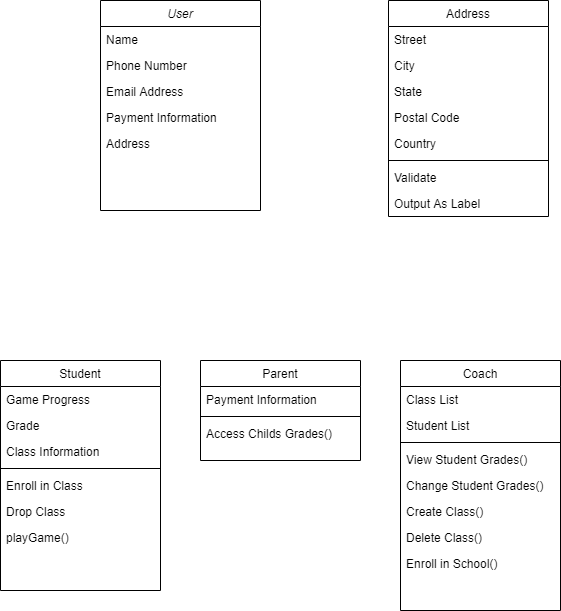
Earlier version of the draw.io export Deliverables/Week_4/Class Diagram.png (Hanandrof/Group-3-Repository). Source tidied: cells renumbered, new cells last; positions are measured from the earlier drawing's top-left corner, leaving out a move shared by most shapes.
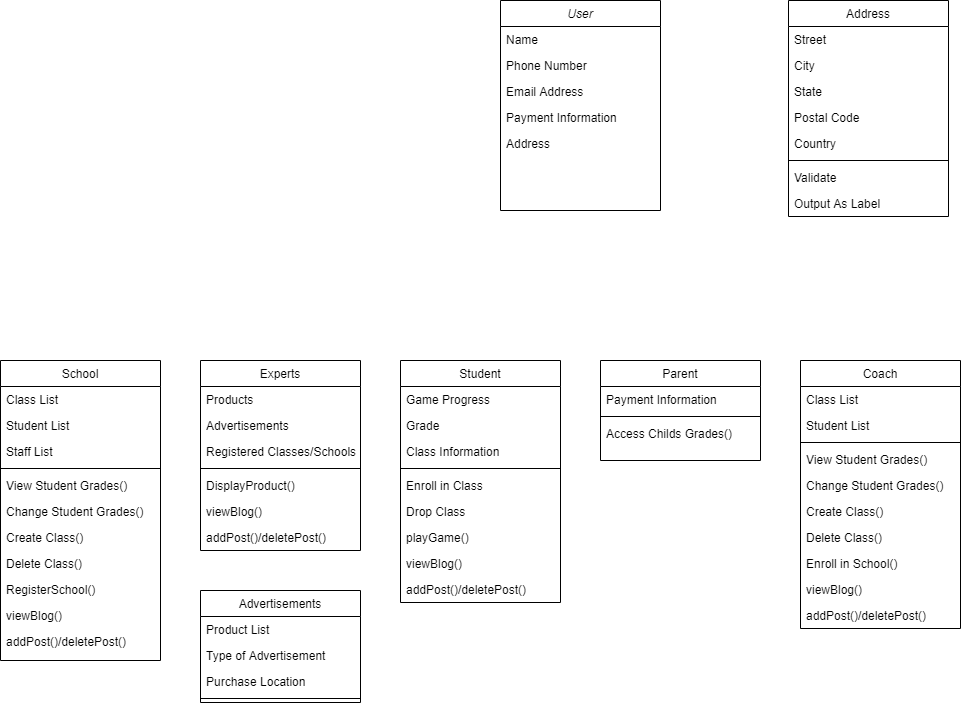
Later version of the same file.

Change to the diagram source:
```diff
@@ -20,30 +20,21 @@
     <mxCell id="7" value="Address" style="text;align=left;verticalAlign=top;spacingLeft=4;spacingRight=4;overflow=hidden;rounded=0;shadow=0;html=0;" parent="2" vertex="1">
       <mxGeometry y="130" width="160" height="26" as="geometry" />
     </mxCell>
-    <mxCell id="8" value="Student" style="swimlane;fontStyle=0;align=center;verticalAlign=top;horizontal=1;startSize=26;rounded=0;shadow=0;strokeWidth=1;" parent="1" vertex="1">
-      <mxGeometry y="360" width="160" height="230" as="geometry" />
+    <mxCell id="8" value="Advertisements" style="swimlane;fontStyle=0;align=center;verticalAlign=top;horizontal=1;startSize=26;rounded=0;shadow=0;strokeWidth=1;" parent="1" vertex="1">
+      <mxGeometry x="-200" y="590" width="160" height="112" as="geometry" />
     </mxCell>
-    <mxCell id="9" value="Game Progress" style="text;align=left;verticalAlign=top;spacingLeft=4;spacingRight=4;overflow=hidden;rounded=0;shadow=0;html=0;" parent="8" vertex="1">
+    <mxCell id="9" value="Product List" style="text;align=left;verticalAlign=top;spacingLeft=4;spacingRight=4;overflow=hidden;rounded=0;shadow=0;html=0;" parent="8" vertex="1">
       <mxGeometry y="26" width="160" height="26" as="geometry" />
     </mxCell>
-    <mxCell id="10" value="Grade" style="text;align=left;verticalAlign=top;spacingLeft=4;spacingRight=4;overflow=hidden;rounded=0;shadow=0;html=0;" parent="8" vertex="1">
+    <mxCell id="10" value="Type of Advertisement" style="text;align=left;verticalAlign=top;spacingLeft=4;spacingRight=4;overflow=hidden;rounded=0;shadow=0;html=0;" parent="8" vertex="1">
       <mxGeometry y="52" width="160" height="26" as="geometry" />
     </mxCell>
-    <mxCell id="11" value="Class Information" style="text;align=left;verticalAlign=top;spacingLeft=4;spacingRight=4;overflow=hidden;rounded=0;shadow=0;html=0;" parent="8" vertex="1">
+    <mxCell id="11" value="Purchase Location" style="text;align=left;verticalAlign=top;spacingLeft=4;spacingRight=4;overflow=hidden;rounded=0;shadow=0;html=0;" parent="8" vertex="1">
       <mxGeometry y="78" width="160" height="26" as="geometry" />
     </mxCell>
     <mxCell id="12" style="line;html=1;strokeWidth=1;align=left;verticalAlign=middle;spacingTop=-1;spacingLeft=3;spacingRight=3;labelPosition=right;" parent="8" vertex="1">
       <mxGeometry y="104" width="160" height="8" as="geometry" />
     </mxCell>
-    <mxCell id="13" value="Enroll in Class" style="text;align=left;verticalAlign=top;spacingLeft=4;spacingRight=4;overflow=hidden;rounded=0;shadow=0;html=0;" parent="8" vertex="1">
-      <mxGeometry y="112" width="160" height="26" as="geometry" />
-    </mxCell>
-    <mxCell id="14" value="Drop Class" style="text;align=left;verticalAlign=top;spacingLeft=4;spacingRight=4;overflow=hidden;rounded=0;shadow=0;html=0;" parent="8" vertex="1">
-      <mxGeometry y="138" width="160" height="26" as="geometry" />
-    </mxCell>
-    <mxCell id="15" value="playGame()" style="text;align=left;verticalAlign=top;spacingLeft=4;spacingRight=4;overflow=hidden;rounded=0;shadow=0;html=0;" parent="8" vertex="1">
-      <mxGeometry y="164" width="160" height="26" as="geometry" />
-    </mxCell>
     <mxCell id="16" value="Parent" style="swimlane;fontStyle=0;align=center;verticalAlign=top;horizontal=1;startSize=26;rounded=0;shadow=0;strokeWidth=1;" parent="1" vertex="1">
       <mxGeometry x="200" y="360" width="160" height="100" as="geometry" />
     </mxCell>
@@ -84,7 +75,7 @@
       <mxGeometry y="190" width="160" height="26" as="geometry" />
     </mxCell>
     <mxCell id="29" value="Coach" style="swimlane;fontStyle=0;align=center;verticalAlign=top;horizontal=1;startSize=26;rounded=0;shadow=0;strokeWidth=1;" parent="1" vertex="1">
-      <mxGeometry x="400" y="360" width="160" height="250" as="geometry" />
+      <mxGeometry x="400" y="360" width="160" height="268" as="geometry" />
     </mxCell>
     <mxCell id="30" value="Class List" style="text;align=left;verticalAlign=top;spacingLeft=4;spacingRight=4;overflow=hidden;" parent="29" vertex="1">
       <mxGeometry y="26" width="160" height="26" as="geometry" />
@@ -110,5 +101,101 @@
     <mxCell id="37" value="Enroll in School()" style="text;align=left;verticalAlign=top;spacingLeft=4;spacingRight=4;overflow=hidden;" parent="29" vertex="1">
       <mxGeometry y="190" width="160" height="26" as="geometry" />
     </mxCell>
+    <mxCell id="38" value="viewBlog()" style="text;align=left;verticalAlign=top;spacingLeft=4;spacingRight=4;overflow=hidden;rounded=0;shadow=0;html=0;" parent="29" vertex="1">
+      <mxGeometry y="216" width="160" height="26" as="geometry" />
+    </mxCell>
+    <mxCell id="39" value="addPost()/deletePost()" style="text;align=left;verticalAlign=top;spacingLeft=4;spacingRight=4;overflow=hidden;rounded=0;shadow=0;html=0;" parent="29" vertex="1">
+      <mxGeometry y="242" width="160" height="26" as="geometry" />
+    </mxCell>
+    <mxCell id="40" value="Student" style="swimlane;fontStyle=0;align=center;verticalAlign=top;horizontal=1;startSize=26;rounded=0;shadow=0;strokeWidth=1;" parent="1" vertex="1">
+      <mxGeometry y="360" width="160" height="242" as="geometry" />
+    </mxCell>
+    <mxCell id="41" value="Game Progress" style="text;align=left;verticalAlign=top;spacingLeft=4;spacingRight=4;overflow=hidden;rounded=0;shadow=0;html=0;" parent="40" vertex="1">
+      <mxGeometry y="26" width="160" height="26" as="geometry" />
+    </mxCell>
+    <mxCell id="42" value="Grade" style="text;align=left;verticalAlign=top;spacingLeft=4;spacingRight=4;overflow=hidden;rounded=0;shadow=0;html=0;" parent="40" vertex="1">
+      <mxGeometry y="52" width="160" height="26" as="geometry" />
+    </mxCell>
+    <mxCell id="43" value="Class Information" style="text;align=left;verticalAlign=top;spacingLeft=4;spacingRight=4;overflow=hidden;rounded=0;shadow=0;html=0;" parent="40" vertex="1">
+      <mxGeometry y="78" width="160" height="26" as="geometry" />
+    </mxCell>
+    <mxCell id="44" style="line;html=1;strokeWidth=1;align=left;verticalAlign=middle;spacingTop=-1;spacingLeft=3;spacingRight=3;labelPosition=right;" parent="40" vertex="1">
+      <mxGeometry y="104" width="160" height="8" as="geometry" />
+    </mxCell>
+    <mxCell id="13" value="Enroll in Class" style="text;align=left;verticalAlign=top;spacingLeft=4;spacingRight=4;overflow=hidden;rounded=0;shadow=0;html=0;" parent="40" vertex="1">
+      <mxGeometry y="112" width="160" height="26" as="geometry" />
+    </mxCell>
+    <mxCell id="14" value="Drop Class" style="text;align=left;verticalAlign=top;spacingLeft=4;spacingRight=4;overflow=hidden;rounded=0;shadow=0;html=0;" parent="40" vertex="1">
+      <mxGeometry y="138" width="160" height="26" as="geometry" />
+    </mxCell>
+    <mxCell id="15" value="playGame()" style="text;align=left;verticalAlign=top;spacingLeft=4;spacingRight=4;overflow=hidden;rounded=0;shadow=0;html=0;" parent="40" vertex="1">
+      <mxGeometry y="164" width="160" height="26" as="geometry" />
+    </mxCell>
+    <mxCell id="45" value="viewBlog()" style="text;align=left;verticalAlign=top;spacingLeft=4;spacingRight=4;overflow=hidden;rounded=0;shadow=0;html=0;" parent="40" vertex="1">
+      <mxGeometry y="190" width="160" height="26" as="geometry" />
+    </mxCell>
+    <mxCell id="46" value="addPost()/deletePost()" style="text;align=left;verticalAlign=top;spacingLeft=4;spacingRight=4;overflow=hidden;rounded=0;shadow=0;html=0;" parent="40" vertex="1">
+      <mxGeometry y="216" width="160" height="26" as="geometry" />
+    </mxCell>
+    <mxCell id="47" value="Experts" style="swimlane;fontStyle=0;align=center;verticalAlign=top;horizontal=1;startSize=26;rounded=0;shadow=0;strokeWidth=1;" parent="1" vertex="1">
+      <mxGeometry x="-200" y="360" width="160" height="190" as="geometry" />
+    </mxCell>
+    <mxCell id="48" value="Products" style="text;align=left;verticalAlign=top;spacingLeft=4;spacingRight=4;overflow=hidden;rounded=0;shadow=0;html=0;" parent="47" vertex="1">
+      <mxGeometry y="26" width="160" height="26" as="geometry" />
+    </mxCell>
+    <mxCell id="49" value="Advertisements" style="text;align=left;verticalAlign=top;spacingLeft=4;spacingRight=4;overflow=hidden;rounded=0;shadow=0;html=0;" parent="47" vertex="1">
+      <mxGeometry y="52" width="160" height="26" as="geometry" />
+    </mxCell>
+    <mxCell id="50" value="Registered Classes/Schools" style="text;align=left;verticalAlign=top;spacingLeft=4;spacingRight=4;overflow=hidden;rounded=0;shadow=0;html=0;" parent="47" vertex="1">
+      <mxGeometry y="78" width="160" height="26" as="geometry" />
+    </mxCell>
+    <mxCell id="51" style="line;html=1;strokeWidth=1;align=left;verticalAlign=middle;spacingTop=-1;spacingLeft=3;spacingRight=3;labelPosition=right;" parent="47" vertex="1">
+      <mxGeometry y="104" width="160" height="8" as="geometry" />
+    </mxCell>
+    <mxCell id="52" value="DisplayProduct()" style="text;align=left;verticalAlign=top;spacingLeft=4;spacingRight=4;overflow=hidden;rounded=0;shadow=0;html=0;" parent="47" vertex="1">
+      <mxGeometry y="112" width="160" height="26" as="geometry" />
+    </mxCell>
+    <mxCell id="53" value="viewBlog()" style="text;align=left;verticalAlign=top;spacingLeft=4;spacingRight=4;overflow=hidden;rounded=0;shadow=0;html=0;" parent="47" vertex="1">
+      <mxGeometry y="138" width="160" height="26" as="geometry" />
+    </mxCell>
+    <mxCell id="54" value="addPost()/deletePost()" style="text;align=left;verticalAlign=top;spacingLeft=4;spacingRight=4;overflow=hidden;rounded=0;shadow=0;html=0;" parent="47" vertex="1">
+      <mxGeometry y="164" width="160" height="26" as="geometry" />
+    </mxCell>
+    <mxCell id="55" value="School" style="swimlane;fontStyle=0;align=center;verticalAlign=top;horizontal=1;startSize=26;rounded=0;shadow=0;strokeWidth=1;" parent="1" vertex="1">
+      <mxGeometry x="-400" y="360" width="160" height="300" as="geometry" />
+    </mxCell>
+    <mxCell id="56" value="Class List" style="text;align=left;verticalAlign=top;spacingLeft=4;spacingRight=4;overflow=hidden;" parent="55" vertex="1">
+      <mxGeometry y="26" width="160" height="26" as="geometry" />
+    </mxCell>
+    <mxCell id="57" value="Student List" style="text;align=left;verticalAlign=top;spacingLeft=4;spacingRight=4;overflow=hidden;" parent="55" vertex="1">
+      <mxGeometry y="52" width="160" height="26" as="geometry" />
+    </mxCell>
+    <mxCell id="58" value="Staff List" style="text;align=left;verticalAlign=top;spacingLeft=4;spacingRight=4;overflow=hidden;" parent="55" vertex="1">
+      <mxGeometry y="78" width="160" height="26" as="geometry" />
+    </mxCell>
+    <mxCell id="59" style="line;html=1;strokeWidth=1;align=left;verticalAlign=middle;spacingTop=-1;spacingLeft=3;spacingRight=3;labelPosition=right;" parent="55" vertex="1">
+      <mxGeometry y="104" width="160" height="8" as="geometry" />
+    </mxCell>
+    <mxCell id="60" value="View Student Grades()" style="text;align=left;verticalAlign=top;spacingLeft=4;spacingRight=4;overflow=hidden;" parent="55" vertex="1">
+      <mxGeometry y="112" width="160" height="26" as="geometry" />
+    </mxCell>
+    <mxCell id="61" value="Change Student Grades()" style="text;align=left;verticalAlign=top;spacingLeft=4;spacingRight=4;overflow=hidden;" parent="55" vertex="1">
+      <mxGeometry y="138" width="160" height="26" as="geometry" />
+    </mxCell>
+    <mxCell id="62" value="Create Class()" style="text;align=left;verticalAlign=top;spacingLeft=4;spacingRight=4;overflow=hidden;" parent="55" vertex="1">
+      <mxGeometry y="164" width="160" height="26" as="geometry" />
+    </mxCell>
+    <mxCell id="63" value="Delete Class()" style="text;align=left;verticalAlign=top;spacingLeft=4;spacingRight=4;overflow=hidden;" parent="55" vertex="1">
+      <mxGeometry y="190" width="160" height="26" as="geometry" />
+    </mxCell>
+    <mxCell id="64" value="RegisterSchool()" style="text;align=left;verticalAlign=top;spacingLeft=4;spacingRight=4;overflow=hidden;" parent="55" vertex="1">
+      <mxGeometry y="216" width="160" height="26" as="geometry" />
+    </mxCell>
+    <mxCell id="65" value="viewBlog()" style="text;align=left;verticalAlign=top;spacingLeft=4;spacingRight=4;overflow=hidden;rounded=0;shadow=0;html=0;" parent="55" vertex="1">
+      <mxGeometry y="242" width="160" height="26" as="geometry" />
+    </mxCell>
+    <mxCell id="66" value="addPost()/deletePost()" style="text;align=left;verticalAlign=top;spacingLeft=4;spacingRight=4;overflow=hidden;rounded=0;shadow=0;html=0;" parent="55" vertex="1">
+      <mxGeometry y="268" width="160" height="32" as="geometry" />
+    </mxCell>
   </root>
 </mxGraphModel>
```
